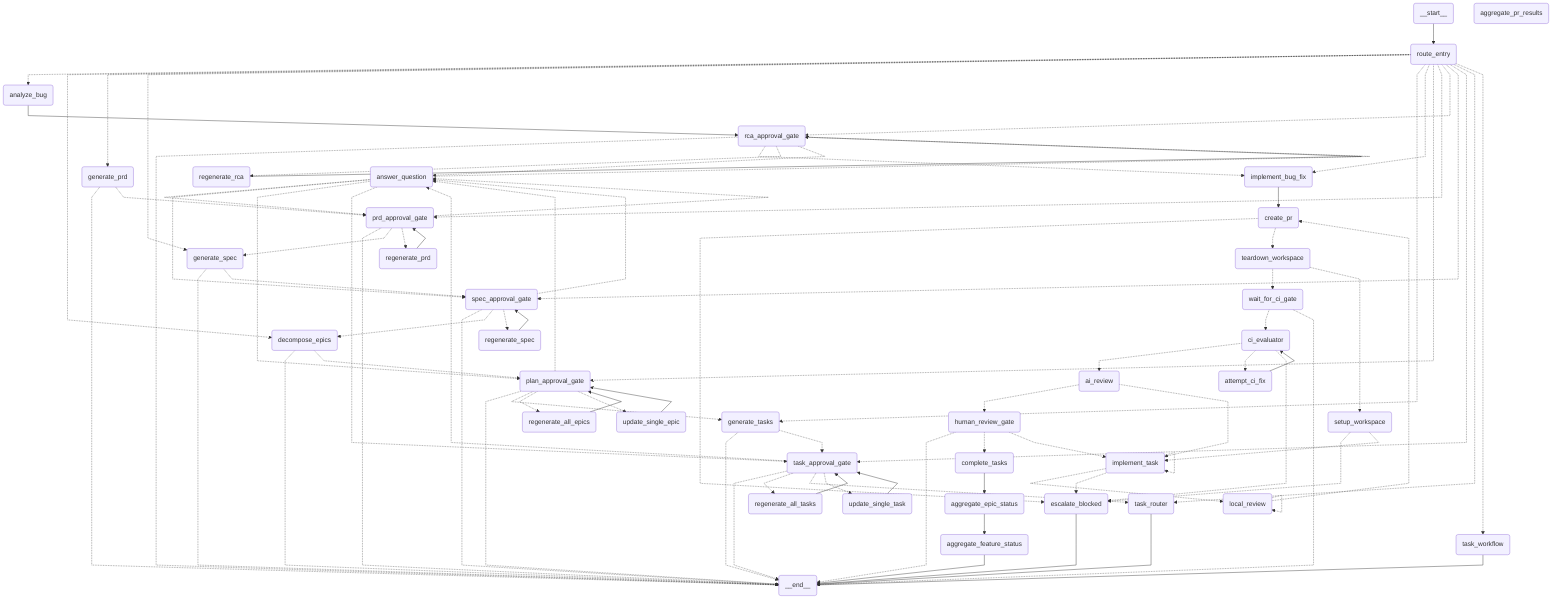
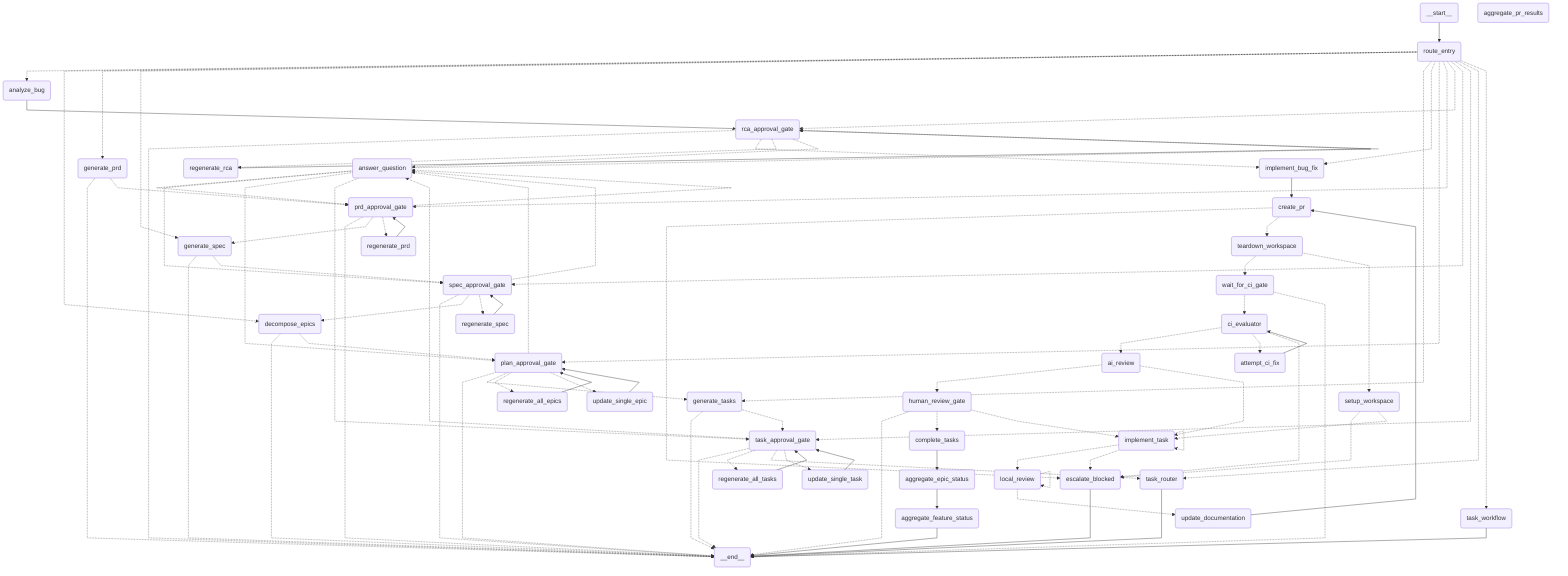
---
config:
  flowchart:
    curve: linear
id: 0ab6d989-0a4c-469d-9a28-b0c7bc4c3fac
---
graph TD;
	__start__(<p>__start__</p>)
	route_entry(route_entry)
	generate_prd(generate_prd)
	prd_approval_gate(prd_approval_gate)
	regenerate_prd(regenerate_prd)
	generate_spec(generate_spec)
	spec_approval_gate(spec_approval_gate)
	regenerate_spec(regenerate_spec)
	decompose_epics(decompose_epics)
	plan_approval_gate(plan_approval_gate)
	regenerate_all_epics(regenerate_all_epics)
	update_single_epic(update_single_epic)
	generate_tasks(generate_tasks)
	task_approval_gate(task_approval_gate)
	regenerate_all_tasks(regenerate_all_tasks)
	update_single_task(update_single_task)
	aggregate_pr_results(aggregate_pr_results)
	task_router(task_router)
	setup_workspace(setup_workspace)
	implement_task(implement_task)
	local_review(local_review)
+ 	update_documentation(update_documentation)
	create_pr(create_pr)
	teardown_workspace(teardown_workspace)
	wait_for_ci_gate(wait_for_ci_gate)
	ci_evaluator(ci_evaluator)
	attempt_ci_fix(attempt_ci_fix)
	escalate_blocked(escalate_blocked)
	ai_review(ai_review)
	human_review_gate(human_review_gate)
	complete_tasks(complete_tasks)
	aggregate_epic_status(aggregate_epic_status)
	aggregate_feature_status(aggregate_feature_status)
	answer_question(answer_question)
	analyze_bug(analyze_bug)
	rca_approval_gate(rca_approval_gate)
	regenerate_rca(regenerate_rca)
	implement_bug_fix(implement_bug_fix)
	task_workflow(task_workflow)
	__end__(<p>__end__</p>)
	__start__ --> route_entry;
	aggregate_epic_status --> aggregate_feature_status;
	ai_review -.-> human_review_gate;
	ai_review -.-> implement_task;
	analyze_bug --> rca_approval_gate;
	attempt_ci_fix --> ci_evaluator;
	ci_evaluator -.-> ai_review;
	ci_evaluator -.-> attempt_ci_fix;
	ci_evaluator -.-> escalate_blocked;
	complete_tasks --> aggregate_epic_status;
	create_pr -.-> escalate_blocked;
	create_pr -.-> teardown_workspace;
	decompose_epics -.-> __end__;
	decompose_epics -.-> plan_approval_gate;
	generate_prd -.-> __end__;
	generate_prd -.-> prd_approval_gate;
	generate_spec -.-> __end__;
	generate_spec -.-> spec_approval_gate;
	generate_tasks -.-> __end__;
	generate_tasks -.-> task_approval_gate;
	human_review_gate -.-> __end__;
	human_review_gate -.-> complete_tasks;
	human_review_gate -.-> implement_task;
	implement_bug_fix --> create_pr;
	implement_task -.-> local_review;
	implement_task -.-> escalate_blocked;
	local_review -.-> local_review;
- 	local_review -.-> create_pr;
+ 	local_review -.-> update_documentation;
+ 	update_documentation --> create_pr;
	plan_approval_gate -.-> __end__;
	plan_approval_gate -.-> generate_tasks;
	plan_approval_gate -.-> regenerate_all_epics;
	plan_approval_gate -.-> update_single_epic;
	plan_approval_gate -.-> answer_question;
	prd_approval_gate -.-> __end__;
	prd_approval_gate -.-> generate_spec;
	prd_approval_gate -.-> regenerate_prd;
	prd_approval_gate -.-> answer_question;
	rca_approval_gate -.-> __end__;
	rca_approval_gate -.-> implement_bug_fix;
	rca_approval_gate -.-> regenerate_rca;
	rca_approval_gate -.-> answer_question;
	regenerate_all_epics --> plan_approval_gate;
	regenerate_all_tasks --> task_approval_gate;
	regenerate_prd --> prd_approval_gate;
	regenerate_rca --> rca_approval_gate;
	regenerate_spec --> spec_approval_gate;
	route_entry -.-> analyze_bug;
	route_entry -.-> decompose_epics;
	route_entry -.-> generate_prd;
	route_entry -.-> generate_spec;
	route_entry -.-> generate_tasks;
	route_entry -.-> implement_bug_fix;
	route_entry -.-> plan_approval_gate;
	route_entry -.-> prd_approval_gate;
	route_entry -.-> rca_approval_gate;
	route_entry -.-> spec_approval_gate;
	route_entry -.-> task_approval_gate;
	route_entry -.-> task_router;
	route_entry -.-> task_workflow;
	setup_workspace -.-> escalate_blocked;
	setup_workspace -.-> implement_task;
	spec_approval_gate -.-> __end__;
	spec_approval_gate -.-> decompose_epics;
	spec_approval_gate -.-> regenerate_spec;
	spec_approval_gate -.-> answer_question;
	task_approval_gate -.-> __end__;
	task_approval_gate -.-> regenerate_all_tasks;
	task_approval_gate -.-> task_router;
	task_approval_gate -.-> update_single_task;
	task_approval_gate -.-> answer_question;
	teardown_workspace -.-> wait_for_ci_gate;
	teardown_workspace -.-> setup_workspace;
	wait_for_ci_gate -.-> ci_evaluator;
	wait_for_ci_gate -.-> __end__;
	update_single_epic --> plan_approval_gate;
	update_single_task --> task_approval_gate;
	answer_question -.-> prd_approval_gate;
	answer_question -.-> spec_approval_gate;
	answer_question -.-> plan_approval_gate;
	answer_question -.-> task_approval_gate;
	answer_question -.-> rca_approval_gate;
	aggregate_feature_status --> __end__;
	escalate_blocked --> __end__;
	task_router --> __end__;
	task_workflow --> __end__;
	implement_task -.-> implement_task;
	classDef default fill:#f2f0ff,line-height:1.2
	classDef first fill-opacity:0
	classDef last fill:#bfb6fc